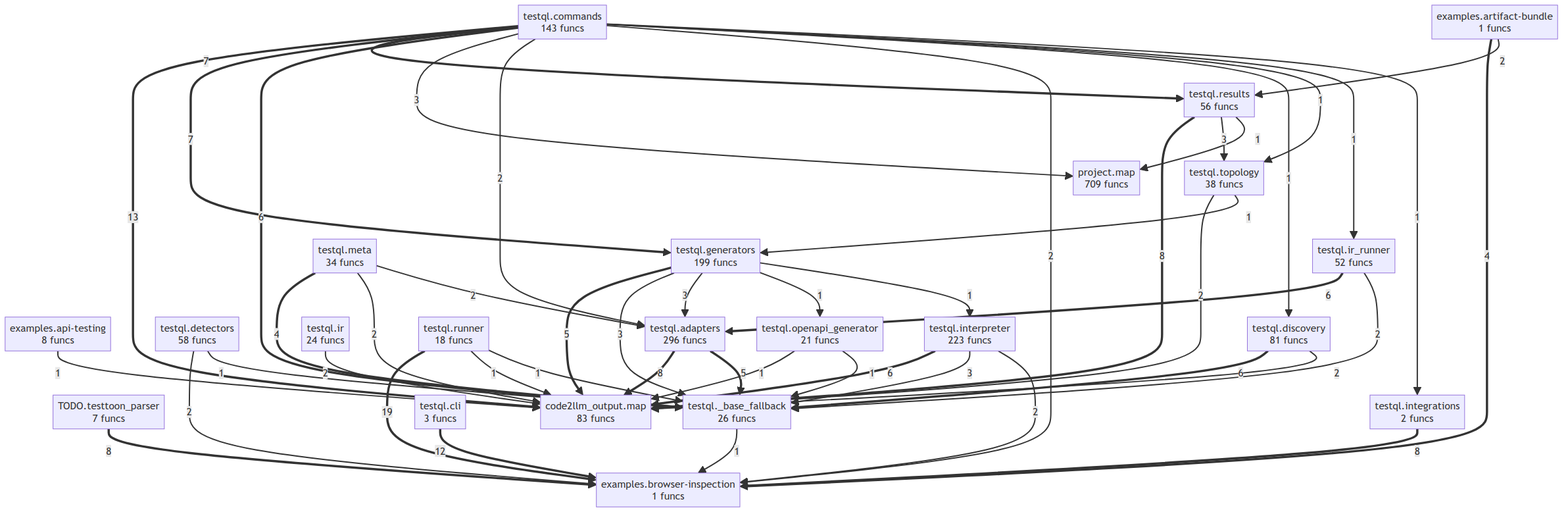
This is project/compact_flow.png from oqlos/testql, a Mermaid export, as it was before one commit. Its source is kept beside it as project/compact_flow.mmd.
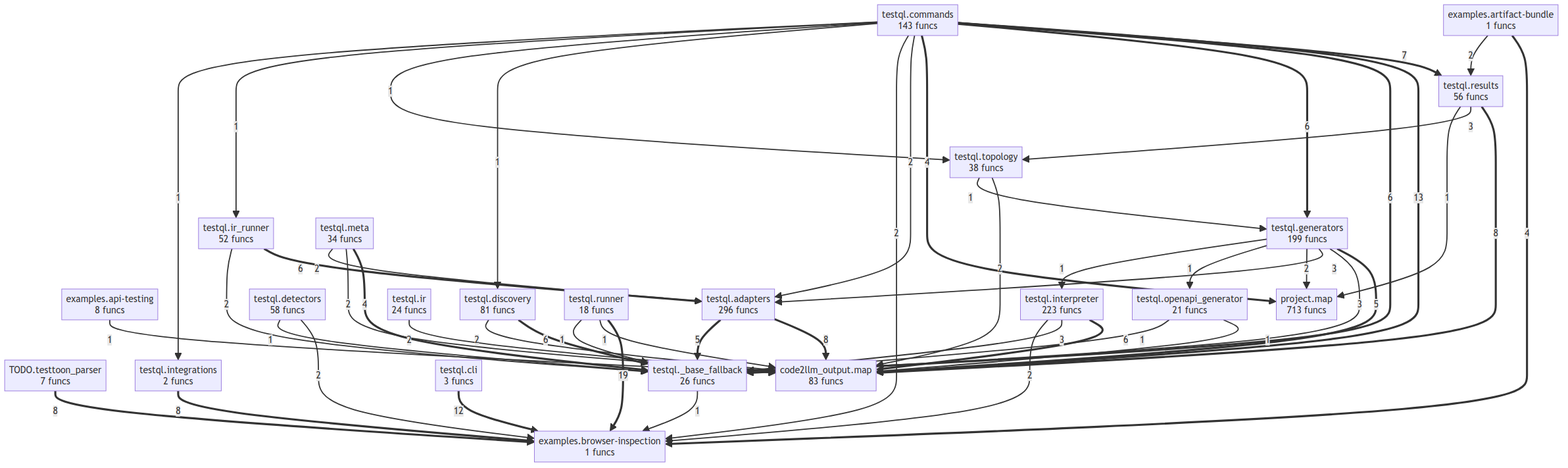
After the change.

What changed in the source:
```diff
@@ -4,7 +4,7 @@
     examples__api_testing["examples.api-testing<br/>8 funcs"]
     examples__artifact_bundle["examples.artifact-bundle<br/>1 funcs"]
     examples__browser_inspection["examples.browser-inspection<br/>1 funcs"]
-    project__map["project.map<br/>709 funcs"]
+    project__map["project.map<br/>713 funcs"]
     testql___base_fallback["testql._base_fallback<br/>26 funcs"]
     testql__adapters["testql.adapters<br/>296 funcs"]
     testql__cli["testql.cli<br/>3 funcs"]
@@ -28,17 +28,17 @@
     testql__results ==>|8| code2llm_output__map
     testql__adapters ==>|8| code2llm_output__map
     testql__integrations ==>|8| examples__browser_inspection
-    testql__commands ==>|7| testql__generators
     testql__commands ==>|7| testql__results
     testql__commands ==>|6| testql___base_fallback
+    testql__commands ==>|6| testql__generators
     testql__interpreter ==>|6| code2llm_output__map
     testql__discovery ==>|6| testql___base_fallback
     testql__ir_runner ==>|6| testql__adapters
     testql__generators ==>|5| code2llm_output__map
     testql__adapters ==>|5| testql___base_fallback
     examples__artifact_bundle ==>|4| examples__browser_inspection
+    testql__commands ==>|4| project__map
     testql__meta ==>|4| testql___base_fallback
-    testql__commands -->|3| project__map
     testql__interpreter -->|3| testql___base_fallback
     testql__results -->|3| testql__topology
     testql__generators -->|3| testql___base_fallback
@@ -49,6 +49,7 @@
     testql__interpreter -->|2| examples__browser_inspection
     testql__ir -->|2| code2llm_output__map
     testql__discovery -->|2| code2llm_output__map
+    testql__generators -->|2| project__map
     testql__meta -->|2| code2llm_output__map
     testql__meta -->|2| testql__adapters
     testql__detectors -->|2| examples__browser_inspection
```
